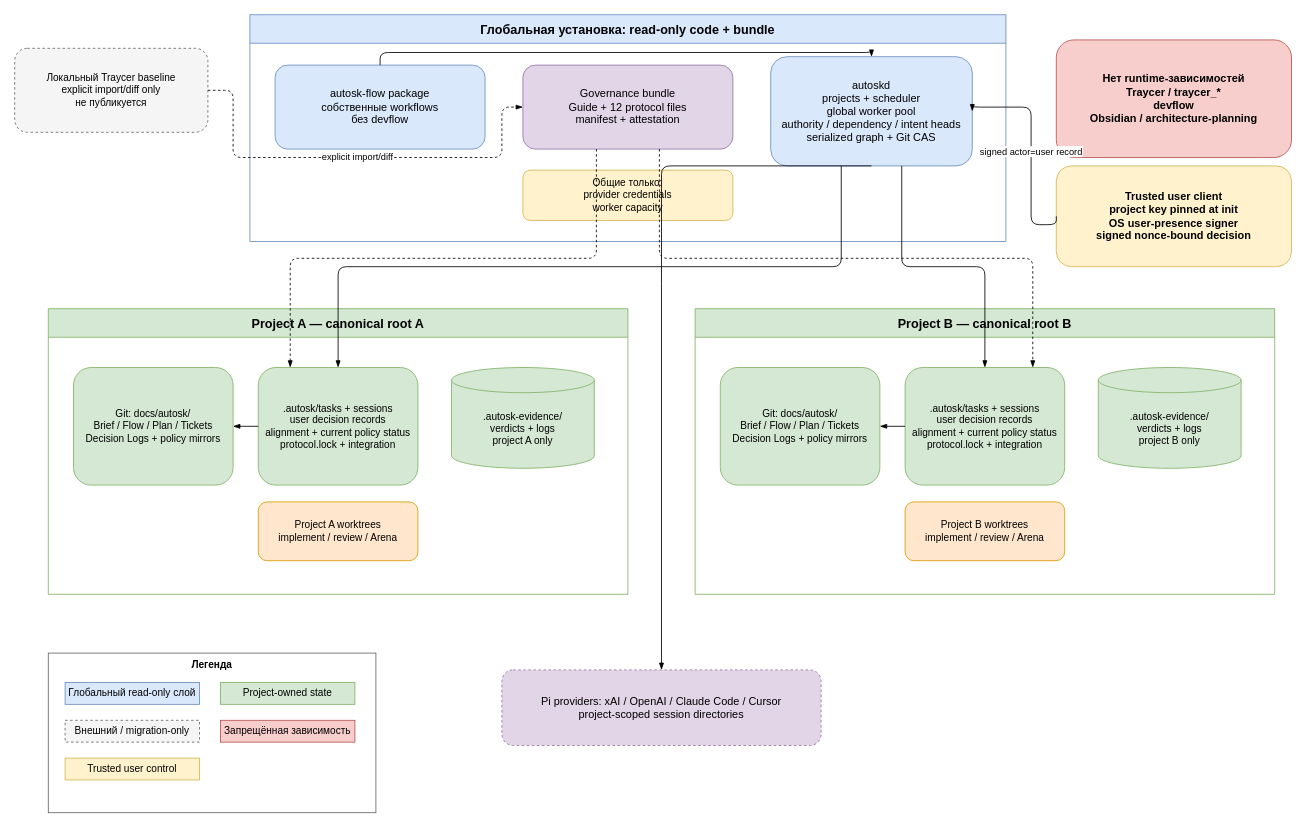
The draw.io diagram page "Multi-project architecture" (2 of 2) of diagrams/autosk-flow.drawio in Valeron2206/autosk-traycer-flow, before the edit. Source tidied: cells renumbered, new cells numbered last; positions are measured from the earlier drawing's top-left corner, leaving out a move shared by most shapes. Both pictures are drawn from the tidied source at 84%, with x=0, y=0 at pixel (14, 14).
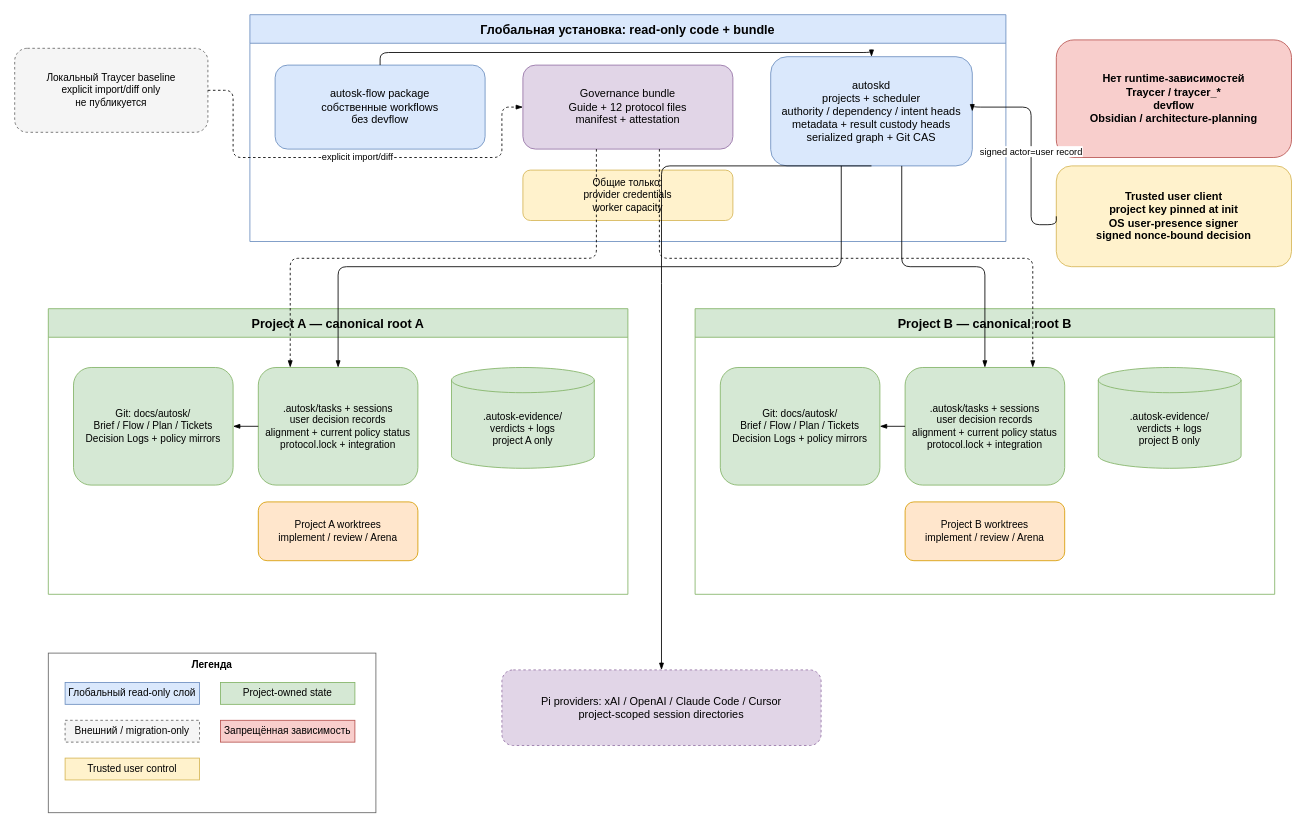
After the change.

Commit message (it also covers changes not shown here):
docs(flow): secure workflow custody

Unchanged cells that the change refers to:
```xml
<mxCell id="2" value="Глобальная установка: read-only code + bundle" style="swimlane;startSize=34;html=1;whiteSpace=wrap;fillColor=#dae8fc;strokeColor=#6c8ebf;fontStyle=1;fontSize=15;" parent="1" vertex="1">
  <mxGeometry x="280" width="900" height="270" as="geometry" />
</mxCell>
```

What changed in the source:
```diff
@@
-    <mxCell id="5" value="autoskd&#10;projects + scheduler&#10;global worker pool&#10;authority / dependency / intent heads&#10;serialized graph + Git CAS" style="rounded=1;whiteSpace=wrap;html=1;fillColor=#dae8fc;strokeColor=#6c8ebf;fontSize=13;" parent="2" vertex="1">
+    <mxCell id="5" value="autoskd&#10;projects + scheduler&#10;authority / dependency / intent heads&#10;metadata + result custody heads&#10;serialized graph + Git CAS" style="rounded=1;whiteSpace=wrap;html=1;fillColor=#dae8fc;strokeColor=#6c8ebf;fontSize=13;" parent="2" vertex="1">
       <mxGeometry x="620" y="50" width="240" height="130" as="geometry" />
     </mxCell>
```
